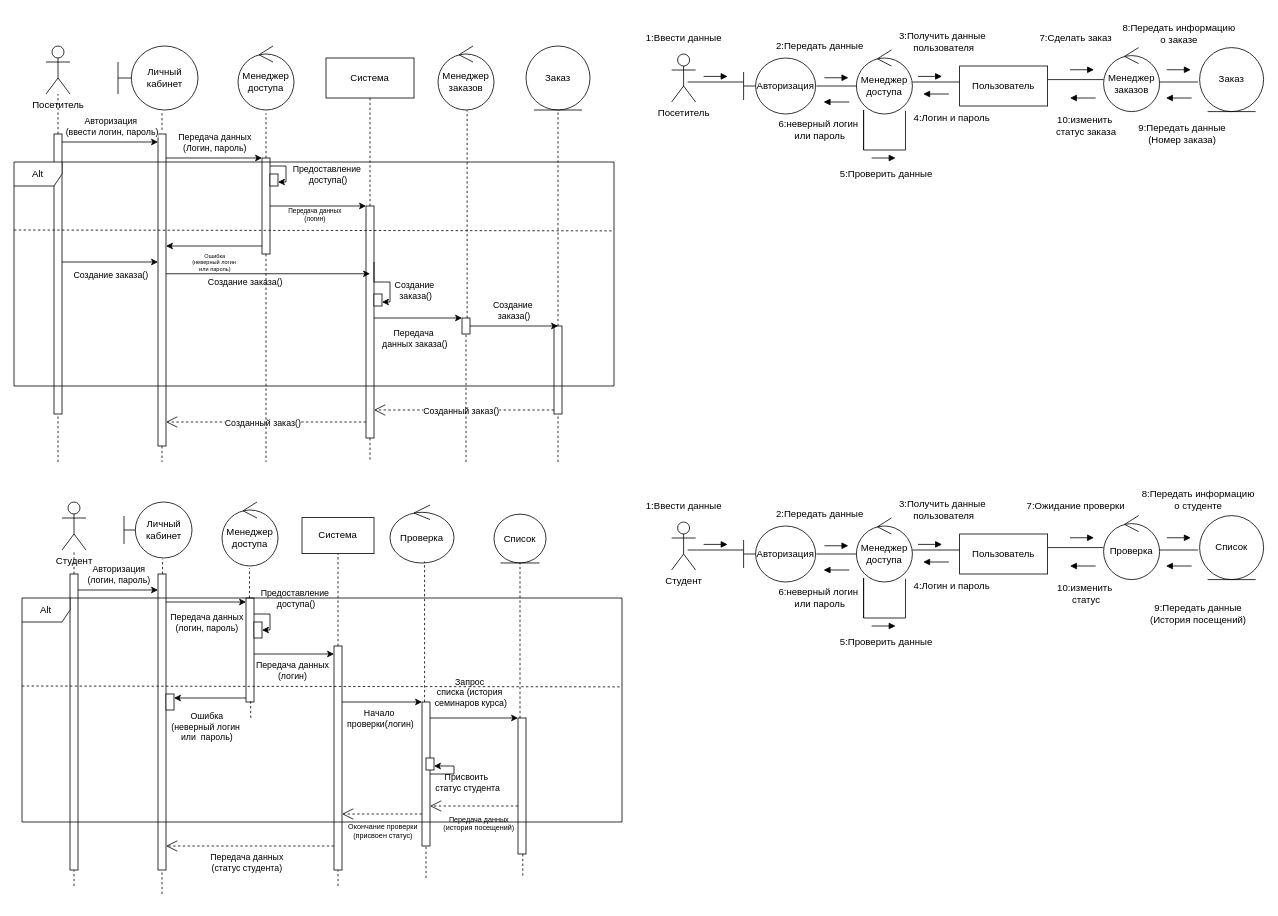
mopsin666/AKMS keeps this draw.io diagram as AKMS_4.drawio. Above is the earlier version. Source tidied: cells renumbered, new cells numbered last; positions are measured from the earlier drawing's top-left corner, leaving out a move shared by most shapes. Both pictures are drawn from the tidied source at 80%, with x=0, y=0 at pixel (14, 18).
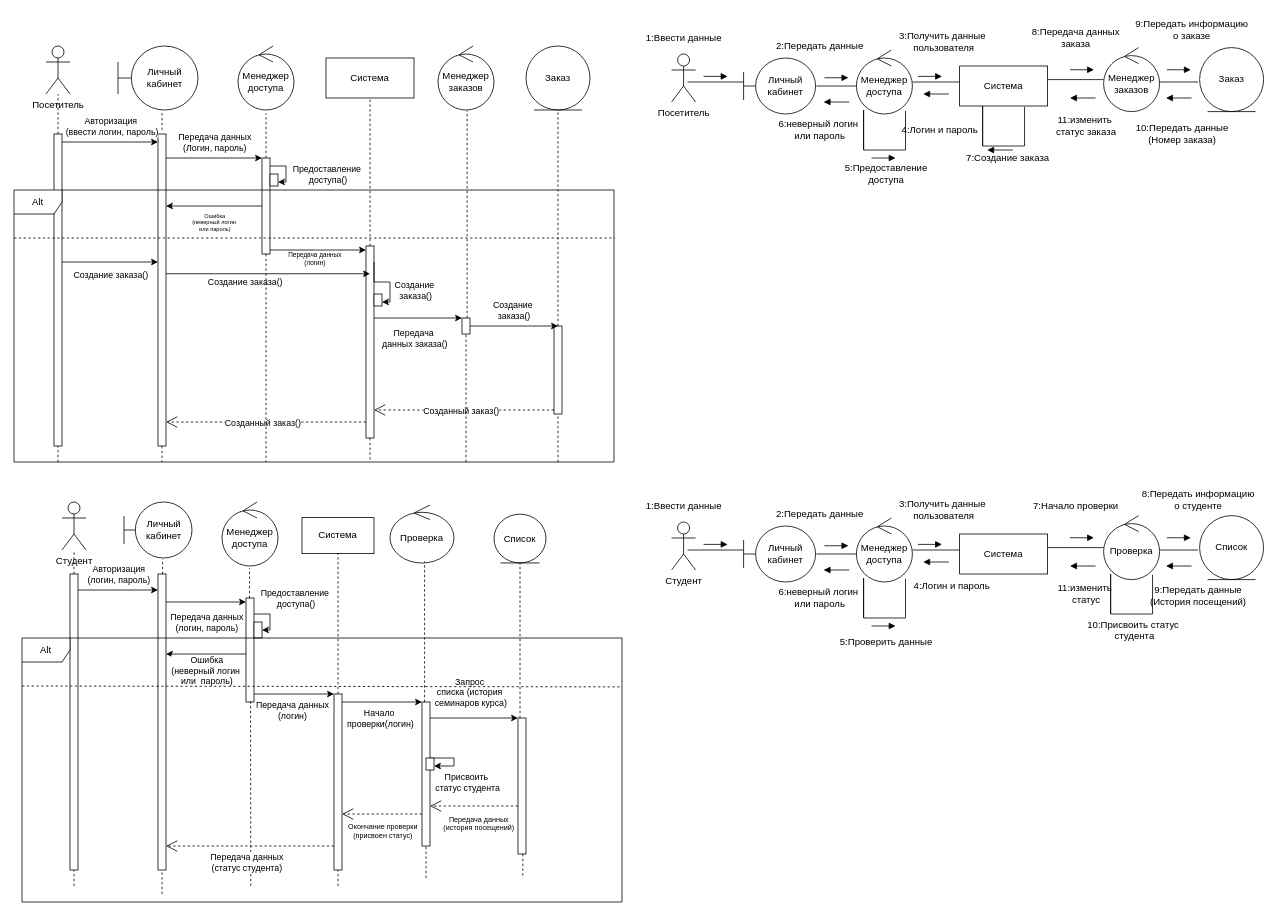
The same page after the edit.

The change refers to these unchanged cells:
```xml
<mxCell id="10" style="html=1;points=[[0,0,0,0,5],[0,1,0,0,-5],[1,0,0,0,5],[1,1,0,0,-5]];perimeter=orthogonalPerimeter;outlineConnect=0;targetShapes=umlLifeline;portConstraint=eastwest;newEdgeStyle={&quot;curved&quot;:0,&quot;rounded&quot;:0};" parent="1" vertex="1">
  <mxGeometry x="180" y="145" width="10" height="390" as="geometry" />
</mxCell>
<mxCell id="16" style="html=1;points=[[0,0,0,0,5],[0,1,0,0,-5],[1,0,0,0,5],[1,1,0,0,-5]];perimeter=orthogonalPerimeter;outlineConnect=0;targetShapes=umlLifeline;portConstraint=eastwest;newEdgeStyle={&quot;curved&quot;:0,&quot;rounded&quot;:0};" parent="1" vertex="1">
  <mxGeometry x="310" y="175" width="10" height="120" as="geometry" />
</mxCell>
<mxCell id="50" style="html=1;points=[[0,0,0,0,5],[0,1,0,0,-5],[1,0,0,0,5],[1,1,0,0,-5]];perimeter=orthogonalPerimeter;outlineConnect=0;targetShapes=umlLifeline;portConstraint=eastwest;newEdgeStyle={&quot;curved&quot;:0,&quot;rounded&quot;:0};" parent="1" vertex="1">
  <mxGeometry x="290" y="725" width="10" height="130" as="geometry" />
</mxCell>
<mxCell id="60" style="html=1;points=[[0,0,0,0,5],[0,1,0,0,-5],[1,0,0,0,5],[1,1,0,0,-5]];perimeter=orthogonalPerimeter;outlineConnect=0;targetShapes=umlLifeline;portConstraint=eastwest;newEdgeStyle={&quot;curved&quot;:0,&quot;rounded&quot;:0};" parent="1" vertex="1">
  <mxGeometry x="510" y="855" width="10" height="180" as="geometry" />
</mxCell>
<mxCell id="85" style="html=1;points=[[0,0,0,0,5],[0,1,0,0,-5],[1,0,0,0,5],[1,1,0,0,-5]];perimeter=orthogonalPerimeter;outlineConnect=0;targetShapes=umlLifeline;portConstraint=eastwest;newEdgeStyle={&quot;curved&quot;:0,&quot;rounded&quot;:0};" parent="1" vertex="1">
  <mxGeometry x="515" y="925" width="10" height="15" as="geometry" />
</mxCell>
```

Change to the diagram source:
```diff
@@
     <mxCell id="8" style="html=1;points=[[0,0,0,0,5],[0,1,0,0,-5],[1,0,0,0,5],[1,1,0,0,-5]];perimeter=orthogonalPerimeter;outlineConnect=0;targetShapes=umlLifeline;portConstraint=eastwest;newEdgeStyle={&quot;curved&quot;:0,&quot;rounded&quot;:0};" parent="1" vertex="1">
-      <mxGeometry x="50" y="145" width="10" height="350" as="geometry" />
+      <mxGeometry x="50" y="145" width="10" height="390" as="geometry" />
     </mxCell>
@@
-    <mxCell id="21" style="endArrow=classic;html=1;rounded=0;" parent="1" edge="1" target="10">
+    <mxCell id="21" style="endArrow=classic;html=1;rounded=0;" parent="1" edge="1" source="16" target="10">
       <mxGeometry relative="1" as="geometry">
-        <mxPoint x="310" y="285" as="sourcePoint" />
+        <Array as="points">
+          <mxPoint x="240" y="235" />
+        </Array>
       </mxGeometry>
     </mxCell>
@@
     <mxCell id="24" style="html=1;points=[[0,0,0,0,5],[0,1,0,0,-5],[1,0,0,0,5],[1,1,0,0,-5]];perimeter=orthogonalPerimeter;outlineConnect=0;targetShapes=umlLifeline;portConstraint=eastwest;newEdgeStyle={&quot;curved&quot;:0,&quot;rounded&quot;:0};" parent="1" vertex="1">
-      <mxGeometry x="440" y="235" width="10" height="290" as="geometry" />
+      <mxGeometry x="440" y="285" width="10" height="240" as="geometry" />
     </mxCell>
@@
-    <mxCell id="56" style="html=1;points=[[0,0,0,0,5],[0,1,0,0,-5],[1,0,0,0,5],[1,1,0,0,-5]];perimeter=orthogonalPerimeter;outlineConnect=0;targetShapes=umlLifeline;portConstraint=eastwest;newEdgeStyle={&quot;curved&quot;:0,&quot;rounded&quot;:0};" parent="1" vertex="1">
-      <mxGeometry x="190" y="845" width="10" height="20" as="geometry" />
-    </mxCell>
-    <mxCell id="57" style="endArrow=classic;html=1;rounded=0;entryX=1;entryY=0;entryDx=0;entryDy=5;entryPerimeter=0;" parent="1" edge="1" source="50" target="56">
-      <mxGeometry relative="1" as="geometry" />
+    <mxCell id="57" style="endArrow=classic;html=1;rounded=0;entryX=1;entryY=0;entryDx=0;entryDy=5;entryPerimeter=0;" parent="1" edge="1" source="50">
+      <mxGeometry relative="1" as="geometry">
+        <mxPoint x="190" y="795" as="targetPoint" />
+      </mxGeometry>
     </mxCell>
     <mxCell id="58" value="Ошибка&lt;div&gt;(неверный логин&amp;nbsp;&lt;/div&gt;&lt;div&gt;или&amp;nbsp; пароль)&lt;/div&gt;" style="edgeLabel;html=1;align=center;verticalAlign=middle;" parent="57" vertex="1">
       <mxGeometry x="-0.14" relative="1" as="geometry">
-        <mxPoint x="-11" y="35" as="offset" />
+        <mxPoint x="-7" y="20" as="offset" />
       </mxGeometry>
     </mxCell>
@@
     <mxCell id="62" style="html=1;points=[[0,0,0,0,5],[0,1,0,0,-5],[1,0,0,0,5],[1,1,0,0,-5]];perimeter=orthogonalPerimeter;outlineConnect=0;targetShapes=umlLifeline;portConstraint=eastwest;newEdgeStyle={&quot;curved&quot;:0,&quot;rounded&quot;:0};" parent="1" vertex="1">
-      <mxGeometry x="400" y="785" width="10" height="280" as="geometry" />
+      <mxGeometry x="400" y="845" width="10" height="220" as="geometry" />
     </mxCell>
@@
-    <mxCell id="64" style="endArrow=classic;html=1;rounded=0;" parent="1" edge="1">
-      <mxGeometry relative="1" as="geometry">
-        <mxPoint x="320" y="235" as="sourcePoint" />
-        <mxPoint x="440" y="235" as="targetPoint" />
-      </mxGeometry>
+    <mxCell id="64" style="endArrow=classic;html=1;rounded=0;exitX=1;exitY=1;exitDx=0;exitDy=-5;exitPerimeter=0;" parent="1" edge="1" source="16" target="24">
+      <mxGeometry relative="1" as="geometry" />
     </mxCell>
@@
     <mxCell id="66" style="endArrow=classic;html=1;rounded=0;" parent="1" edge="1">
       <mxGeometry relative="1" as="geometry">
-        <mxPoint x="300" y="795" as="sourcePoint" />
-        <mxPoint x="400" y="795" as="targetPoint" />
+        <mxPoint x="300" y="845" as="sourcePoint" />
+        <mxPoint x="400" y="845" as="targetPoint" />
       </mxGeometry>
     </mxCell>
@@
     <mxCell id="79" style="endArrow=none;dashed=1;html=1;rounded=0;entryX=0.569;entryY=0.974;entryDx=0;entryDy=0;entryPerimeter=0;" parent="1" edge="1" target="50">
       <mxGeometry relative="1" as="geometry">
-        <mxPoint x="296" y="875" as="sourcePoint" />
+        <mxPoint x="296" y="1085" as="sourcePoint" />
       </mxGeometry>
     </mxCell>
@@
-    <mxCell id="83" style="endArrow=classic;html=1;rounded=0;exitX=1;exitY=0.5;exitDx=0;exitDy=0;exitPerimeter=0;entryX=1;entryY=1;entryDx=0;entryDy=-5;entryPerimeter=0;" parent="1" edge="1" source="60" target="85">
+    <mxCell id="83" style="endArrow=classic;html=1;rounded=0;entryX=1;entryY=1;entryDx=0;entryDy=-5;entryPerimeter=0;" parent="1" edge="1" target="85">
       <mxGeometry relative="1" as="geometry">
+        <mxPoint x="520" y="925" as="sourcePoint" />
         <Array as="points">
-          <mxPoint x="550" y="945" />
+          <mxPoint x="550" y="925" />
           <mxPoint x="550" y="935" />
         </Array>
       </mxGeometry>
     </mxCell>
@@
     <mxCell id="94" value="Alt" style="shape=umlFrame;whiteSpace=wrap;html=1;" parent="1" vertex="1">
-      <mxGeometry y="180" width="750" height="280" as="geometry" />
+      <mxGeometry y="215" width="750" height="340" as="geometry" />
     </mxCell>
-    <mxCell id="95" style="endArrow=none;dashed=1;html=1;rounded=0;exitX=0.001;exitY=0.26;exitDx=0;exitDy=0;exitPerimeter=0;entryX=1.001;entryY=0.264;entryDx=0;entryDy=0;entryPerimeter=0;" parent="1" edge="1">
+    <mxCell id="95" style="endArrow=none;dashed=1;html=1;rounded=0;exitX=0.003;exitY=0.233;exitDx=0;exitDy=0;exitPerimeter=0;entryX=1.004;entryY=0.233;entryDx=0;entryDy=0;entryPerimeter=0;" parent="1" edge="1">
       <mxGeometry relative="1" as="geometry">
-        <mxPoint y="265" as="sourcePoint" />
-        <mxPoint x="750" y="266.1" as="targetPoint" />
+        <mxPoint y="275" as="sourcePoint" />
+        <mxPoint x="750.8" y="275" as="targetPoint" />
       </mxGeometry>
     </mxCell>
@@
     <mxCell id="103" value="Alt" style="shape=umlFrame;whiteSpace=wrap;html=1;" parent="1" vertex="1">
-      <mxGeometry x="10" y="725" width="750" height="280" as="geometry" />
+      <mxGeometry x="10" y="775" width="750" height="330" as="geometry" />
     </mxCell>
@@
-    <mxCell id="106" value="Авторизация" style="shape=umlBoundary;whiteSpace=wrap;html=1;" parent="1" vertex="1">
+    <mxCell id="106" value="Личный&lt;br&gt;кабинет" style="shape=umlBoundary;whiteSpace=wrap;html=1;" parent="1" vertex="1">
       <mxGeometry x="912" y="50" width="90" height="70" as="geometry" />
     </mxCell>
@@
-    <mxCell id="113" value="Пользователь" style="html=1;whiteSpace=wrap;" parent="1" vertex="1">
+    <mxCell id="113" value="Система" style="html=1;whiteSpace=wrap;" parent="1" vertex="1">
       <mxGeometry x="1182" y="60" width="110" height="50" as="geometry" />
     </mxCell>
@@
-    <mxCell id="117" value="7:Сделать заказ" style="text;html=1;align=center;verticalAlign=middle;strokeColor=none;fillColor=none;" parent="1" vertex="1">
-      <mxGeometry x="1272" y="10" width="110" height="30" as="geometry" />
+    <mxCell id="117" value="8:Передача данных&lt;br&gt;заказа" style="text;html=1;align=center;verticalAlign=middle;strokeColor=none;fillColor=none;" parent="1" vertex="1">
+      <mxGeometry x="1262" y="5" width="130" height="40" as="geometry" />
     </mxCell>
@@
-    <mxCell id="121" value="8:Передать информацию&lt;br&gt;о заказе" style="text;html=1;align=center;verticalAlign=middle;strokeColor=none;fillColor=none;" parent="1" vertex="1">
-      <mxGeometry x="1376" width="160" height="40" as="geometry" />
+    <mxCell id="121" value="9:Передать информацию&lt;br&gt;о заказе" style="text;html=1;align=center;verticalAlign=middle;strokeColor=none;fillColor=none;" parent="1" vertex="1">
+      <mxGeometry x="1392" y="-5" width="160" height="40" as="geometry" />
     </mxCell>
@@
     <mxCell id="132" value="4:Логин и пароль" style="text;html=1;align=center;verticalAlign=middle;strokeColor=none;fillColor=none;" parent="1" vertex="1">
-      <mxGeometry x="1112" y="110" width="120" height="30" as="geometry" />
+      <mxGeometry x="1097" y="125" width="120" height="30" as="geometry" />
     </mxCell>
-    <mxCell id="133" value="5:Проверить данные" style="text;html=1;align=center;verticalAlign=middle;strokeColor=none;fillColor=none;" parent="1" vertex="1">
-      <mxGeometry x="1020" y="180" width="140" height="30" as="geometry" />
+    <mxCell id="133" value="5:Предоставление&lt;br&gt;доступа" style="text;html=1;align=center;verticalAlign=middle;strokeColor=none;fillColor=none;" parent="1" vertex="1">
+      <mxGeometry x="1025" y="175" width="130" height="40" as="geometry" />
     </mxCell>
@@
-    <mxCell id="135" value="10:изменить&amp;nbsp;&lt;div&gt;статус заказа&lt;/div&gt;" style="text;html=1;align=center;verticalAlign=middle;strokeColor=none;fillColor=none;" parent="1" vertex="1">
+    <mxCell id="135" value="11:изменить&amp;nbsp;&lt;div&gt;статус заказа&lt;/div&gt;" style="text;html=1;align=center;verticalAlign=middle;strokeColor=none;fillColor=none;" parent="1" vertex="1">
       <mxGeometry x="1290" y="115" width="100" height="40" as="geometry" />
     </mxCell>
@@
-    <mxCell id="137" value="Авторизация" style="shape=umlBoundary;whiteSpace=wrap;html=1;" parent="1" vertex="1">
+    <mxCell id="137" value="Личный&lt;br&gt;кабинет" style="shape=umlBoundary;whiteSpace=wrap;html=1;" parent="1" vertex="1">
       <mxGeometry x="912" y="635" width="90" height="70" as="geometry" />
     </mxCell>
@@
-    <mxCell id="144" value="Пользователь" style="html=1;whiteSpace=wrap;" parent="1" vertex="1">
+    <mxCell id="144" value="Система" style="html=1;whiteSpace=wrap;" parent="1" vertex="1">
       <mxGeometry x="1182" y="645" width="110" height="50" as="geometry" />
     </mxCell>
@@
-    <mxCell id="148" value="7:Ожидание проверки" style="text;html=1;align=center;verticalAlign=middle;strokeColor=none;fillColor=none;" parent="1" vertex="1">
-      <mxGeometry x="1252" y="595" width="150" height="30" as="geometry" />
+    <mxCell id="148" value="7:Начало проверки" style="text;html=1;align=center;verticalAlign=middle;strokeColor=none;fillColor=none;" parent="1" vertex="1">
+      <mxGeometry x="1262" y="595" width="130" height="30" as="geometry" />
     </mxCell>
@@
-    <mxCell id="166" value="10:изменить&amp;nbsp;&lt;div&gt;статус&lt;/div&gt;" style="text;html=1;align=center;verticalAlign=middle;strokeColor=none;fillColor=none;" parent="1" vertex="1">
-      <mxGeometry x="1290" y="700" width="100" height="40" as="geometry" />
+    <mxCell id="166" value="11:изменить&amp;nbsp;&lt;div&gt;статус&lt;/div&gt;" style="text;html=1;align=center;verticalAlign=middle;strokeColor=none;fillColor=none;" parent="1" vertex="1">
+      <mxGeometry x="1295" y="700" width="90" height="40" as="geometry" />
     </mxCell>
     <mxCell id="167" value="9:Передать данные&lt;br&gt;(История посещений)" style="text;html=1;align=center;verticalAlign=middle;strokeColor=none;fillColor=none;" parent="1" vertex="1">
-      <mxGeometry x="1410" y="725" width="140" height="40" as="geometry" />
+      <mxGeometry x="1410" y="702" width="140" height="40" as="geometry" />
     </mxCell>
-    <mxCell id="168" value="9:Передать данные&lt;br&gt;(Номер заказа)" style="text;html=1;align=center;verticalAlign=middle;strokeColor=none;fillColor=none;" parent="1" vertex="1">
-      <mxGeometry x="1395" y="125" width="130" height="40" as="geometry" />
+    <mxCell id="168" value="10:Передать данные&lt;br&gt;(Номер заказа)" style="text;html=1;align=center;verticalAlign=middle;strokeColor=none;fillColor=none;" parent="1" vertex="1">
+      <mxGeometry x="1390" y="125" width="140" height="40" as="geometry" />
     </mxCell>
+    <mxCell id="169" style="endArrow=none;html=1;edgeStyle=orthogonalEdgeStyle;rounded=0;exitX=0.882;exitY=0.238;exitDx=0;exitDy=0;exitPerimeter=0;" parent="1" edge="1">
+      <mxGeometry relative="1" as="geometry">
+        <mxPoint x="1263.2" y="111" as="sourcePoint" />
+        <mxPoint x="1210.8" y="160" as="targetPoint" />
+        <Array as="points">
+          <mxPoint x="1262.8" y="160" />
+          <mxPoint x="1210.8" y="160" />
+          <mxPoint x="1210.8" y="110" />
+        </Array>
+      </mxGeometry>
+    </mxCell>
+    <mxCell id="170" value="7:Создание заказа" style="text;html=1;align=center;verticalAlign=middle;strokeColor=none;fillColor=none;" parent="1" vertex="1">
+      <mxGeometry x="1177" y="160" width="130" height="30" as="geometry" />
+    </mxCell>
+    <mxCell id="171" style="endArrow=none;html=1;edgeStyle=orthogonalEdgeStyle;rounded=0;exitX=0.882;exitY=0.238;exitDx=0;exitDy=0;exitPerimeter=0;" parent="1" edge="1">
+      <mxGeometry relative="1" as="geometry">
+        <mxPoint x="1423.2" y="696" as="sourcePoint" />
+        <mxPoint x="1370.8" y="745" as="targetPoint" />
+        <Array as="points">
+          <mxPoint x="1422.8" y="745" />
+          <mxPoint x="1370.8" y="745" />
+          <mxPoint x="1370.8" y="695" />
+        </Array>
+      </mxGeometry>
+    </mxCell>
+    <mxCell id="172" value="&lt;div style=&quot;text-align: center;&quot;&gt;&lt;span style=&quot;background-color: transparent; color: light-dark(rgb(0, 0, 0), rgb(255, 255, 255)); text-wrap-mode: nowrap;&quot;&gt;10:Присвоить статус&lt;br&gt;&amp;nbsp;студента&lt;/span&gt;&lt;/div&gt;" style="text;whiteSpace=wrap;html=1;" parent="1" vertex="1">
+      <mxGeometry x="1340" y="745" width="100" height="50" as="geometry" />
+    </mxCell>
+    <mxCell id="173" style="html=1;verticalAlign=bottom;endArrow=block;curved=0;rounded=0;" parent="1" edge="1">
+      <mxGeometry relative="1" as="geometry">
+        <mxPoint x="1248.5" y="165" as="sourcePoint" />
+        <mxPoint x="1216.5" y="165" as="targetPoint" />
+      </mxGeometry>
+    </mxCell>
```
